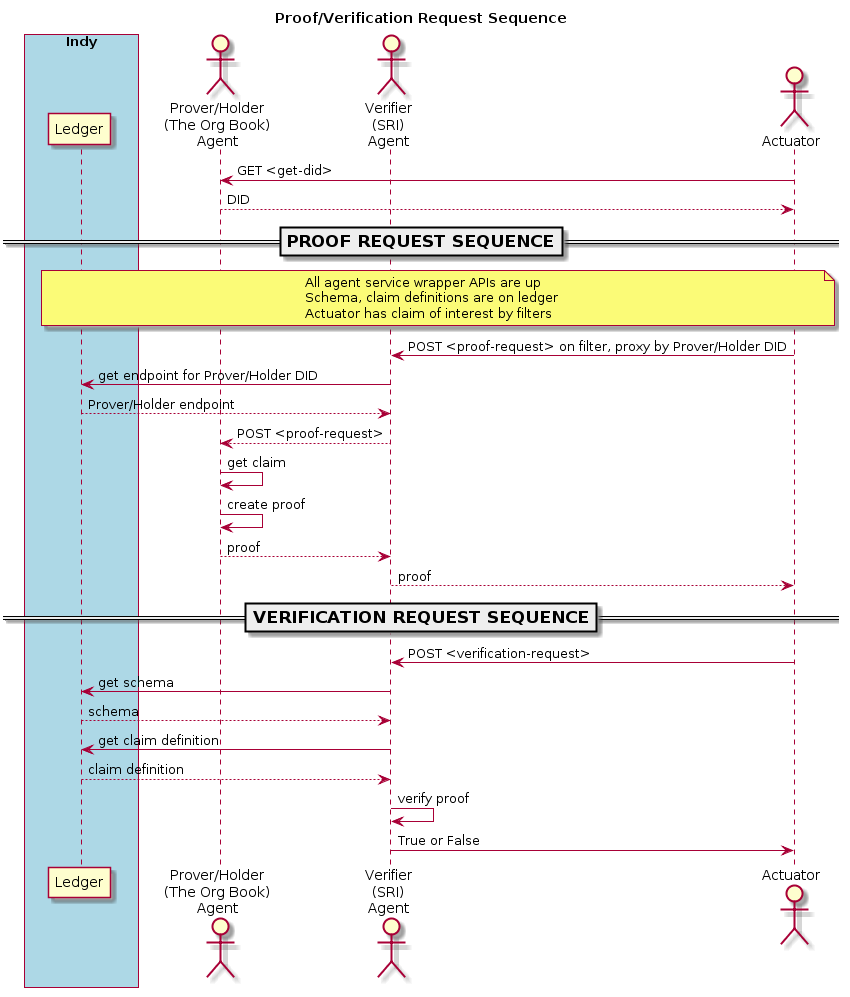
The PlantUML diagram doc/pic/proof-verification-request.png in PSPC-SPAC-buyandsell/demo-agent, before a commit. The source it was exported from:
```plantuml
@startuml
skinparam ParticipantPadding 20
skinparam BoxPadding 20

title Proof/Verification Request Sequence

box "Indy" #LightBlue
    participant "Ledger" as ledger
endbox

actor "Prover/Holder\n(The Org Book)\nAgent" as obag
actor "Verifier\n(SRI)\nAgent" as sag
actor "Actuator" as ator

ator -> obag: GET <get-did>
obag --> ator: DID

=== PROOF REQUEST SEQUENCE ==
note over ledger, ator
All agent service wrapper APIs are up
Schema, claim definitions are on ledger
Actuator has claim of interest by filters
endnote

ator -> sag: POST <proof-request> on filter, proxy by Prover/Holder DID
sag -> ledger: get endpoint for Prover/Holder DID
ledger --> sag: Prover/Holder endpoint
sag --> obag: POST <proof-request>
obag -> obag: get claim
obag -> obag: create proof
obag --> sag: proof
sag --> ator: proof

=== VERIFICATION REQUEST SEQUENCE ==
ator -> sag: POST <verification-request>
sag -> ledger: get schema
ledger --> sag: schema
sag -> ledger: get claim definition
ledger --> sag: claim definition
sag -> sag: verify proof
sag -> ator: True or False
@enduml
```
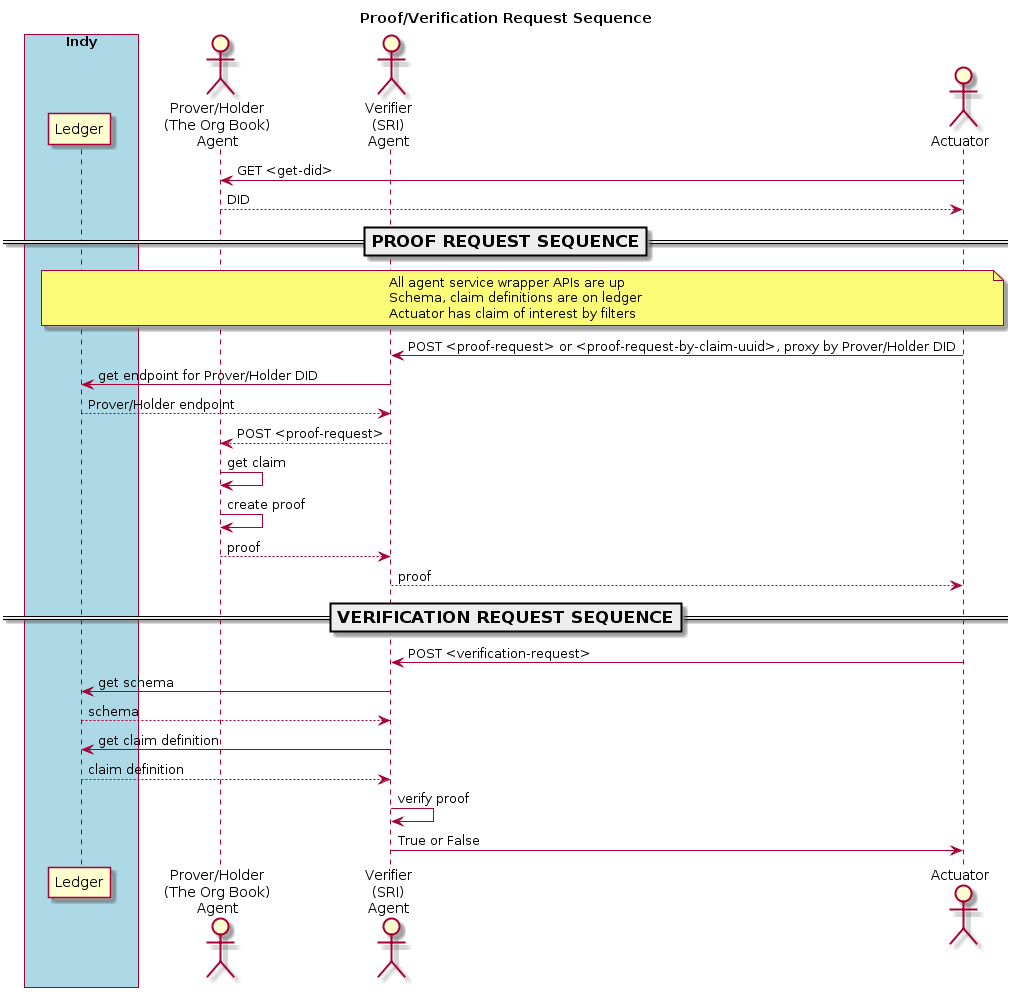
Above is the later version.

The edit, as a diff of the source:
```diff
@@ -1,4 +1,5 @@
 @startuml
+
 skinparam ParticipantPadding 20
 skinparam BoxPadding 20
 
@@ -22,7 +23,7 @@
 Actuator has claim of interest by filters
 endnote
 
-ator -> sag: POST <proof-request> on filter, proxy by Prover/Holder DID
+ator -> sag: POST <proof-request> or <proof-request-by-claim-uuid>, proxy by Prover/Holder DID
 sag -> ledger: get endpoint for Prover/Holder DID
 ledger --> sag: Prover/Holder endpoint
 sag --> obag: POST <proof-request>
```
